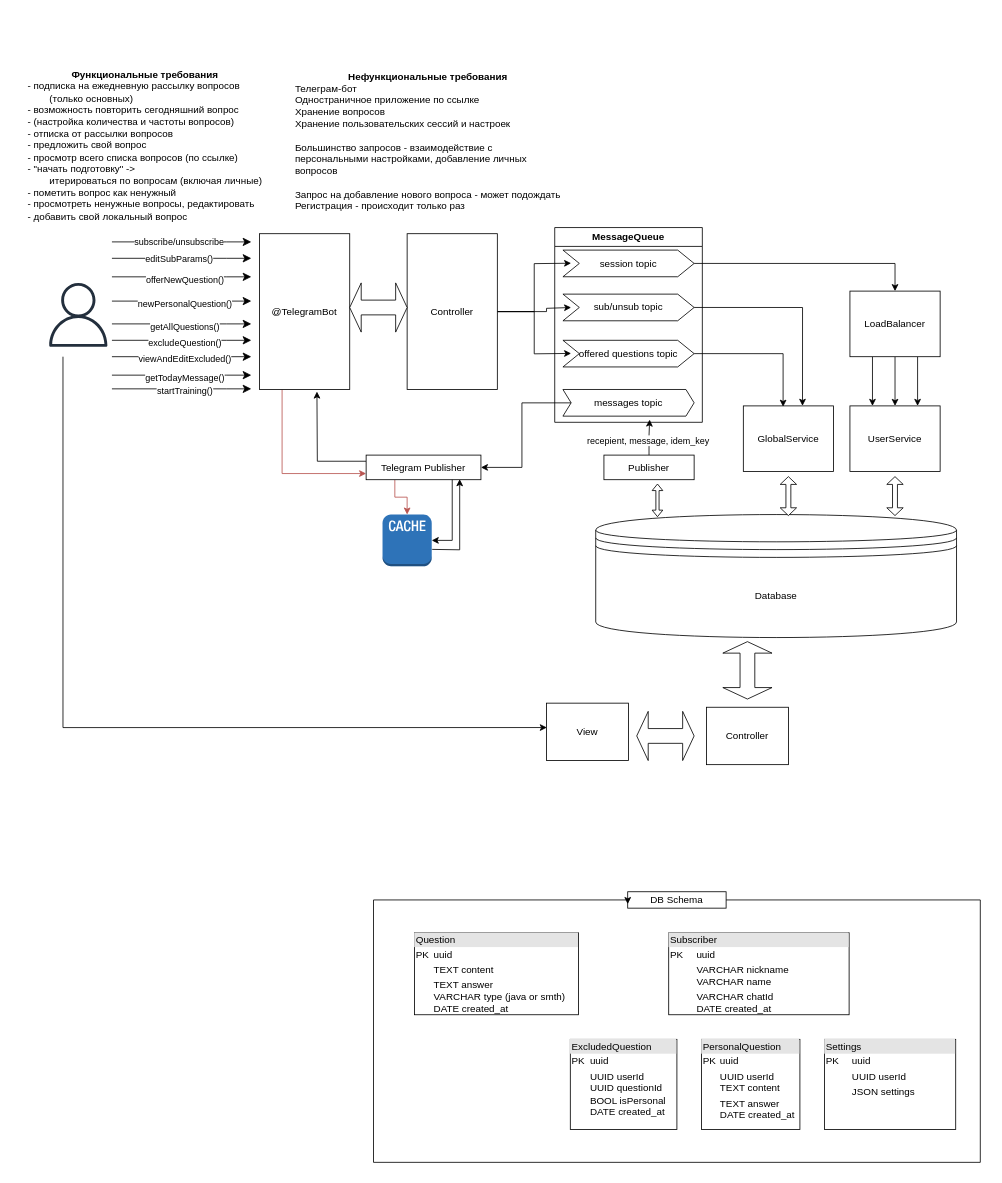
Above: SobesCracker.drawio in maksarts/test-project-files (draw.io), before the change. Source tidied: cells renumbered, new cells numbered last; positions are measured from the earlier drawing's top-left corner, leaving out a move shared by most shapes. Both pictures are drawn from the tidied source at 82%, with x=0, y=0 at pixel (17, 63).
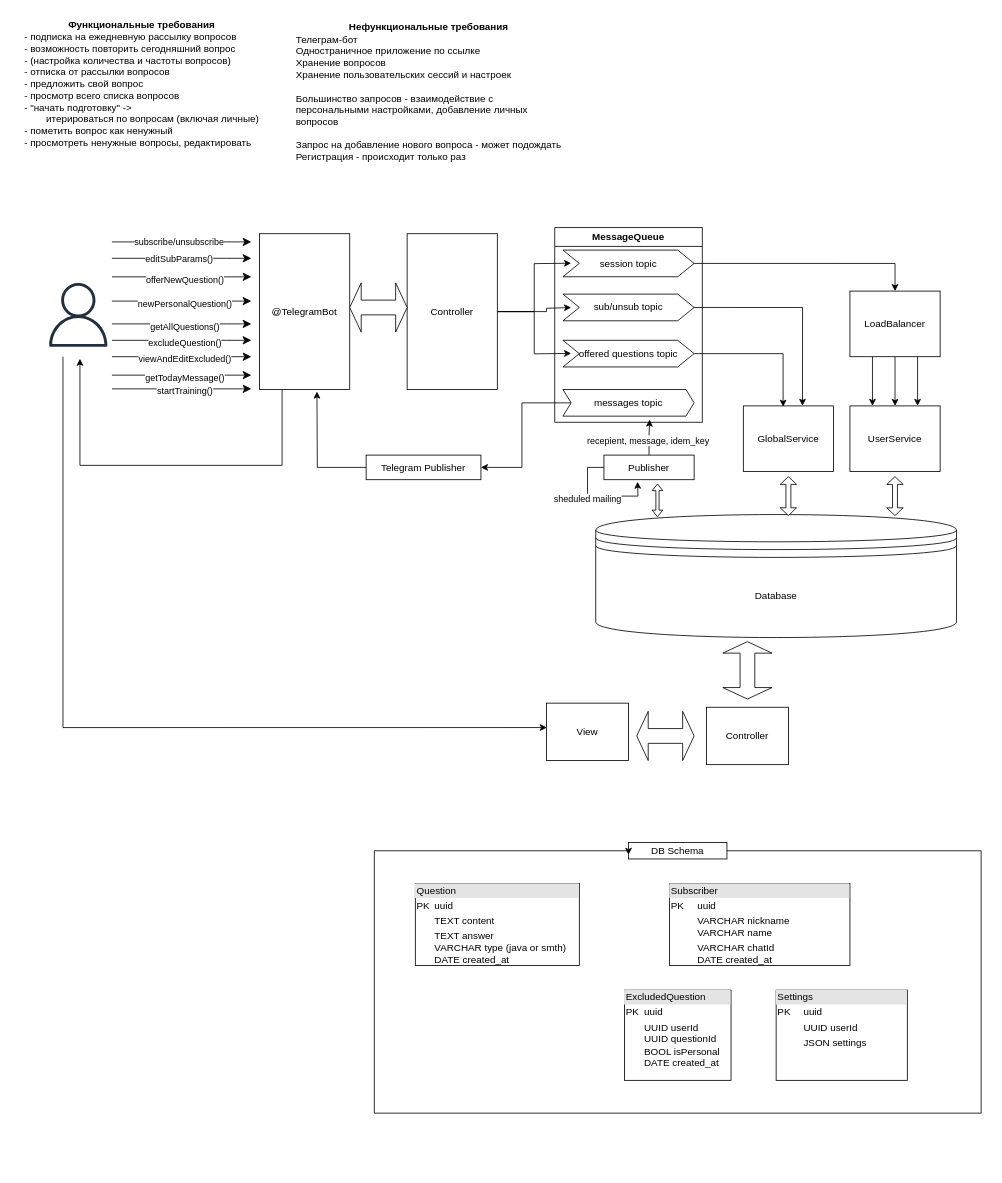
Above is the later version.

Unchanged cells that the change refers to:
```xml
<mxCell id="7" value="@TelegramBot" style="html=1;whiteSpace=wrap;" parent="1" vertex="1">
  <mxGeometry x="295" y="207.5" width="110" height="190" as="geometry" />
</mxCell>
<mxCell id="45" value="Publisher" style="html=1;whiteSpace=wrap;" parent="1" vertex="1">
  <mxGeometry x="715" y="477.5" width="110" height="30" as="geometry" />
</mxCell>
<mxCell id="63" value="Telegram Publisher" style="html=1;whiteSpace=wrap;" parent="1" vertex="1">
  <mxGeometry x="425" y="477.5" width="140" height="30" as="geometry" />
</mxCell>
```

Change to the diagram source:
```diff
@@
-    <mxCell id="3" value="&lt;b&gt;Функциональные требования&lt;/b&gt;&lt;div style=&quot;text-align: left;&quot;&gt;- подписка на ежедневную рассылку вопросов&amp;nbsp;&lt;/div&gt;&lt;div style=&quot;text-align: left;&quot;&gt;&lt;span style=&quot;white-space: pre;&quot;&gt;&#9;&lt;/span&gt;(только основных)&lt;/div&gt;&lt;div style=&quot;text-align: left;&quot;&gt;- возможность повторить сегодняшний вопрос&lt;/div&gt;&lt;div style=&quot;text-align: left;&quot;&gt;- (настройка количества и частоты вопросов)&lt;/div&gt;&lt;div style=&quot;text-align: left;&quot;&gt;- отписка от рассылки вопросов&lt;/div&gt;&lt;div style=&quot;text-align: left;&quot;&gt;- предложить свой вопрос&lt;/div&gt;&lt;div style=&quot;text-align: left;&quot;&gt;- просмотр всего списка вопросов (по ссылке)&lt;/div&gt;&lt;div style=&quot;text-align: left;&quot;&gt;- &quot;начать подготовку&quot; -&amp;gt;&amp;nbsp;&lt;/div&gt;&lt;div style=&quot;text-align: left;&quot;&gt;&lt;span style=&quot;white-space: pre;&quot;&gt;&#9;&lt;/span&gt;итерироваться по вопросам (включая личные)&lt;/div&gt;&lt;div style=&quot;text-align: left;&quot;&gt;- пометить вопрос как ненужный&lt;/div&gt;&lt;div style=&quot;text-align: left;&quot;&gt;- просмотреть ненужные вопросы, редактировать&lt;/div&gt;&lt;div style=&quot;text-align: left;&quot;&gt;- добавить свой локальный вопрос&lt;/div&gt;" style="text;html=1;align=center;verticalAlign=middle;strokeColor=none;fillColor=none;" parent="1" vertex="1">
-      <mxGeometry width="310" height="200" as="geometry" />
+    <mxCell id="3" value="&lt;b&gt;Функциональные требования&lt;/b&gt;&lt;div style=&quot;text-align: left;&quot;&gt;- подписка на ежедневную рассылку вопросов&amp;nbsp;&lt;/div&gt;&lt;div style=&quot;text-align: left;&quot;&gt;- возможность повторить сегодняшний вопрос&lt;/div&gt;&lt;div style=&quot;text-align: left;&quot;&gt;- (настройка количества и частоты вопросов)&lt;/div&gt;&lt;div style=&quot;text-align: left;&quot;&gt;- отписка от рассылки вопросов&lt;/div&gt;&lt;div style=&quot;text-align: left;&quot;&gt;- предложить свой вопрос&lt;/div&gt;&lt;div style=&quot;text-align: left;&quot;&gt;- просмотр всего списка вопросов&lt;/div&gt;&lt;div style=&quot;text-align: left;&quot;&gt;&lt;span style=&quot;background-color: initial;&quot;&gt;- &quot;начать подготовку&quot; -&amp;gt;&amp;nbsp;&lt;/span&gt;&lt;/div&gt;&lt;div style=&quot;text-align: left;&quot;&gt;&lt;span style=&quot;white-space: pre;&quot;&gt;&#9;&lt;/span&gt;итерироваться по вопросам (включая личные)&lt;/div&gt;&lt;div style=&quot;text-align: left;&quot;&gt;- пометить вопрос как ненужный&lt;/div&gt;&lt;div style=&quot;text-align: left;&quot;&gt;- просмотреть ненужные вопросы, редактировать&lt;/div&gt;" style="text;html=1;align=center;verticalAlign=middle;strokeColor=none;fillColor=none;" parent="1" vertex="1">
+      <mxGeometry x="-4" y="-60" width="310" height="170" as="geometry" />
     </mxCell>
     <mxCell id="4" value="&lt;b&gt;Нефункциональные требования&lt;/b&gt;&lt;div style=&quot;text-align: left;&quot;&gt;Телеграм-бот&lt;/div&gt;&lt;div style=&quot;text-align: left;&quot;&gt;Одностраничное приложение по ссылке&lt;/div&gt;&lt;div style=&quot;text-align: left;&quot;&gt;Хранение вопросов&lt;/div&gt;&lt;div style=&quot;text-align: left;&quot;&gt;Хранение пользовательских сессий и настроек&lt;/div&gt;&lt;div style=&quot;text-align: left;&quot;&gt;&lt;br&gt;&lt;/div&gt;&lt;div style=&quot;text-align: left;&quot;&gt;Большинство запросов - взаимодействие с&lt;/div&gt;&lt;div style=&quot;text-align: left;&quot;&gt;персональными настройками, добавление личных&lt;/div&gt;&lt;div style=&quot;text-align: left;&quot;&gt;вопросов&lt;/div&gt;&lt;div style=&quot;text-align: left;&quot;&gt;&lt;br&gt;&lt;/div&gt;&lt;div style=&quot;text-align: left;&quot;&gt;Запрос на добавление нового вопроса - может подождать&lt;/div&gt;&lt;div style=&quot;text-align: left;&quot;&gt;Регистрация - происходит только раз&lt;/div&gt;" style="text;html=1;align=center;verticalAlign=middle;strokeColor=none;fillColor=none;" parent="1" vertex="1">
-      <mxGeometry x="325" width="350" height="190" as="geometry" />
+      <mxGeometry x="326" y="-60" width="350" height="190" as="geometry" />
     </mxCell>
@@
-    <mxCell id="6" style="edgeStyle=orthogonalEdgeStyle;rounded=0;jettySize=auto;html=1;exitX=0.25;exitY=1;exitDx=0;exitDy=0;entryX=0;entryY=0.75;entryDx=0;entryDy=0;fillColor=#f8cecc;strokeColor=#b85450;" parent="1" edge="1" source="7" target="63">
-      <mxGeometry relative="1" as="geometry" />
-    </mxCell>
+    <mxCell id="70" style="edgeStyle=orthogonalEdgeStyle;rounded=0;jettySize=auto;html=1;exitX=0.25;exitY=1;exitDx=0;exitDy=0;" parent="1" edge="1" source="7">
+      <mxGeometry relative="1" as="geometry">
+        <mxPoint x="76" y="360" as="targetPoint" />
+        <Array as="points">
+          <mxPoint x="323" y="490" />
+          <mxPoint x="76" y="490" />
+        </Array>
+      </mxGeometry>
+    </mxCell>
@@
+    <mxCell id="71" style="edgeStyle=orthogonalEdgeStyle;rounded=0;jettySize=auto;html=1;exitX=0;exitY=0.5;exitDx=0;exitDy=0;" parent="1" edge="1" source="45">
+      <mxGeometry relative="1" as="geometry">
+        <mxPoint x="756" y="510" as="targetPoint" />
+      </mxGeometry>
+    </mxCell>
+    <mxCell id="72" value="sheduled mailing" style="edgeLabel;html=1;align=center;verticalAlign=middle;" parent="71" vertex="1">
+      <mxGeometry x="-0.18" y="-3" relative="1" as="geometry">
+        <mxPoint x="-1" as="offset" />
+      </mxGeometry>
+    </mxCell>
@@
     <mxCell id="48" value="&lt;div style=&quot;box-sizing:border-box;width:100%;background:#e4e4e4;padding:2px;&quot;&gt;Question&lt;/div&gt;&lt;table style=&quot;width:100%;font-size:1em;&quot; cellpadding=&quot;2&quot; cellspacing=&quot;0&quot;&gt;&lt;tbody&gt;&lt;tr&gt;&lt;td&gt;PK&lt;/td&gt;&lt;td&gt;uuid&lt;/td&gt;&lt;/tr&gt;&lt;tr&gt;&lt;td&gt;&lt;br&gt;&lt;/td&gt;&lt;td&gt;TEXT content&lt;/td&gt;&lt;/tr&gt;&lt;tr&gt;&lt;td&gt;&lt;/td&gt;&lt;td&gt;TEXT answer&lt;br&gt;VARCHAR type (java or smth)&lt;br&gt;DATE created_at&lt;br&gt;&lt;/td&gt;&lt;/tr&gt;&lt;/tbody&gt;&lt;/table&gt;" style="verticalAlign=top;align=left;overflow=fill;html=1;whiteSpace=wrap;" parent="1" vertex="1">
-      <mxGeometry x="484" y="1060" width="200" height="100" as="geometry" />
+      <mxGeometry x="485" y="1000" width="200" height="100" as="geometry" />
     </mxCell>
     <mxCell id="49" value="&lt;div style=&quot;box-sizing:border-box;width:100%;background:#e4e4e4;padding:2px;&quot;&gt;Subscriber&lt;/div&gt;&lt;table style=&quot;width:100%;font-size:1em;&quot; cellpadding=&quot;2&quot; cellspacing=&quot;0&quot;&gt;&lt;tbody&gt;&lt;tr&gt;&lt;td&gt;PK&lt;/td&gt;&lt;td&gt;uuid&lt;/td&gt;&lt;/tr&gt;&lt;tr&gt;&lt;td&gt;&lt;br&gt;&lt;/td&gt;&lt;td&gt;VARCHAR nickname&lt;br&gt;VARCHAR name&lt;/td&gt;&lt;/tr&gt;&lt;tr&gt;&lt;td&gt;&lt;/td&gt;&lt;td&gt;VARCHAR chatId&lt;br&gt;DATE created_at&lt;/td&gt;&lt;/tr&gt;&lt;/tbody&gt;&lt;/table&gt;" style="verticalAlign=top;align=left;overflow=fill;html=1;whiteSpace=wrap;" parent="1" vertex="1">
-      <mxGeometry x="794" y="1060" width="220" height="100" as="geometry" />
+      <mxGeometry x="795" y="1000" width="220" height="100" as="geometry" />
     </mxCell>
     <mxCell id="50" value="&lt;div style=&quot;box-sizing:border-box;width:100%;background:#e4e4e4;padding:2px;&quot;&gt;Settings&lt;/div&gt;&lt;table style=&quot;width:100%;font-size:1em;&quot; cellpadding=&quot;2&quot; cellspacing=&quot;0&quot;&gt;&lt;tbody&gt;&lt;tr&gt;&lt;td&gt;PK&lt;/td&gt;&lt;td&gt;uuid&lt;/td&gt;&lt;/tr&gt;&lt;tr&gt;&lt;td&gt;&lt;br&gt;&lt;/td&gt;&lt;td&gt;UUID userId&lt;/td&gt;&lt;/tr&gt;&lt;tr&gt;&lt;td&gt;&lt;br&gt;&lt;/td&gt;&lt;td&gt;JSON settings&lt;/td&gt;&lt;/tr&gt;&lt;/tbody&gt;&lt;/table&gt;" style="verticalAlign=top;align=left;overflow=fill;html=1;whiteSpace=wrap;" parent="1" vertex="1">
-      <mxGeometry x="984" y="1190" width="160" height="110" as="geometry" />
+      <mxGeometry x="925" y="1130" width="160" height="110" as="geometry" />
     </mxCell>
-    <mxCell id="51" value="&lt;div style=&quot;box-sizing:border-box;width:100%;background:#e4e4e4;padding:2px;&quot;&gt;PersonalQuestion&lt;/div&gt;&lt;table style=&quot;width:100%;font-size:1em;&quot; cellpadding=&quot;2&quot; cellspacing=&quot;0&quot;&gt;&lt;tbody&gt;&lt;tr&gt;&lt;td&gt;PK&lt;/td&gt;&lt;td&gt;uuid&lt;/td&gt;&lt;/tr&gt;&lt;tr&gt;&lt;td&gt;&lt;br&gt;&lt;/td&gt;&lt;td&gt;UUID userId&lt;br&gt;TEXT content&lt;/td&gt;&lt;/tr&gt;&lt;tr&gt;&lt;td&gt;&lt;/td&gt;&lt;td&gt;TEXT answer&lt;br&gt;DATE created_at&lt;br&gt;&lt;/td&gt;&lt;/tr&gt;&lt;/tbody&gt;&lt;/table&gt;" style="verticalAlign=top;align=left;overflow=fill;html=1;whiteSpace=wrap;" parent="1" vertex="1">
-      <mxGeometry x="834" y="1190" width="120" height="110" as="geometry" />
-    </mxCell>
     <mxCell id="52" value="&lt;div style=&quot;box-sizing:border-box;width:100%;background:#e4e4e4;padding:2px;&quot;&gt;ExcludedQuestion&lt;/div&gt;&lt;table style=&quot;width:100%;font-size:1em;&quot; cellpadding=&quot;2&quot; cellspacing=&quot;0&quot;&gt;&lt;tbody&gt;&lt;tr&gt;&lt;td&gt;PK&lt;/td&gt;&lt;td&gt;uuid&lt;/td&gt;&lt;/tr&gt;&lt;tr&gt;&lt;td&gt;&lt;br&gt;&lt;/td&gt;&lt;td&gt;UUID userId&lt;br&gt;UUID questionId&lt;br&gt;BOOL isPersonal&lt;br&gt;DATE created_at&lt;br&gt;&lt;/td&gt;&lt;/tr&gt;&lt;/tbody&gt;&lt;/table&gt;" style="verticalAlign=top;align=left;overflow=fill;html=1;whiteSpace=wrap;" parent="1" vertex="1">
-      <mxGeometry x="674" y="1190" width="130" height="110" as="geometry" />
+      <mxGeometry x="740" y="1130" width="130" height="110" as="geometry" />
     </mxCell>
     <mxCell id="53" value="DB Schema" style="whiteSpace=wrap;html=1;" parent="1" vertex="1">
-      <mxGeometry x="744" y="1010" width="120" height="20" as="geometry" />
+      <mxGeometry x="745" y="950" width="120" height="20" as="geometry" />
     </mxCell>
     <mxCell id="54" style="edgeStyle=orthogonalEdgeStyle;rounded=0;orthogonalLoop=1;jettySize=auto;html=1;entryX=0;entryY=0.75;entryDx=0;entryDy=0;" parent="1" edge="1" source="53" target="53">
       <mxGeometry relative="1" as="geometry">
         <Array as="points">
-          <mxPoint x="1174" y="1020" />
-          <mxPoint x="1174" y="1340" />
-          <mxPoint x="434" y="1340" />
-          <mxPoint x="434" y="1020" />
-          <mxPoint x="744" y="1020" />
+          <mxPoint x="1175" y="960" />
+          <mxPoint x="1175" y="1280" />
+          <mxPoint x="435" y="1280" />
+          <mxPoint x="435" y="960" />
+          <mxPoint x="745" y="960" />
         </Array>
       </mxGeometry>
     </mxCell>
@@
-    <mxCell id="61" style="edgeStyle=orthogonalEdgeStyle;rounded=0;jettySize=auto;html=1;exitX=0;exitY=0.25;exitDx=0;exitDy=0;" parent="1" edge="1" source="63">
+    <mxCell id="61" style="edgeStyle=orthogonalEdgeStyle;rounded=0;jettySize=auto;html=1;exitX=0;exitY=0.5;exitDx=0;exitDy=0;" parent="1" edge="1" source="63">
       <mxGeometry relative="1" as="geometry">
         <mxPoint x="365" y="400" as="targetPoint" />
       </mxGeometry>
     </mxCell>
-    <mxCell id="62" style="edgeStyle=orthogonalEdgeStyle;rounded=0;jettySize=auto;html=1;exitX=0.25;exitY=1;exitDx=0;exitDy=0;fillColor=#f8cecc;strokeColor=#b85450;" parent="1" edge="1" source="63" target="68">
-      <mxGeometry relative="1" as="geometry" />
-    </mxCell>
@@
-    <mxCell id="67" style="edgeStyle=orthogonalEdgeStyle;rounded=0;jettySize=auto;html=1;entryX=0.815;entryY=0.979;entryDx=0;entryDy=0;entryPerimeter=0;" parent="1" edge="1" target="63">
-      <mxGeometry relative="1" as="geometry">
-        <mxPoint x="505" y="592.5" as="sourcePoint" />
-        <Array as="points">
-          <mxPoint x="506" y="593" />
-          <mxPoint x="539" y="593" />
-        </Array>
-      </mxGeometry>
-    </mxCell>
-    <mxCell id="68" style="outlineConnect=0;dashed=0;verticalLabelPosition=bottom;verticalAlign=top;align=center;html=1;shape=mxgraph.aws3.cache_node;fillColor=#2E73B8;gradientColor=none;" parent="1" vertex="1">
-      <mxGeometry x="445" y="550" width="60" height="63" as="geometry" />
-    </mxCell>
-    <mxCell id="69" style="edgeStyle=orthogonalEdgeStyle;rounded=0;jettySize=auto;html=1;exitX=0.75;exitY=1;exitDx=0;exitDy=0;entryX=1;entryY=0.5;entryDx=0;entryDy=0;entryPerimeter=0;" parent="1" edge="1" source="63" target="68">
-      <mxGeometry relative="1" as="geometry" />
-    </mxCell>
```
